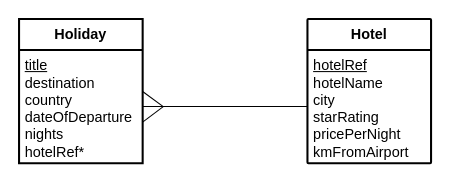
Above: page "Hotel" (21 of 22) of higher/ddd/H-DDD-Clydeview/assets/H DDD Clydeview.drawio in MrFriendCS/MrFriendCS.github.io (draw.io), before the change. Source tidied: cells renumbered, new cells numbered last; positions are measured from the earlier drawing's top-left corner, leaving out a move shared by most shapes. Both pictures are drawn from the tidied source at 103%, with x=0, y=0 at pixel (19, 19).
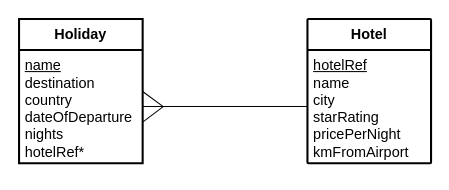
The same page after the edit.

Diff of the diagram source:
```diff
@@
 <mxGraphModel>
   <root>
     <mxCell id="0" />
     <mxCell id="1" parent="0" />
-    <mxCell id="2" value="&lt;b&gt;Holiday&lt;/b&gt;" style="swimlane;horizontal=1;startSize=30;rounded=1;fontSize=14;fontStyle=0;strokeWidth=2;shadow=0;dashed=0;align=center;arcSize=0;whiteSpace=wrap;html=1;" parent="1" vertex="1">
+    <mxCell id="2" value="&lt;b&gt;Holiday&lt;/b&gt;" style="swimlane;horizontal=1;startSize=30;rounded=1;fontSize=14;fontStyle=0;strokeWidth=2;shadow=0;dashed=0;align=center;arcSize=0;whiteSpace=wrap;html=1;fillColor=none;" parent="1" vertex="1">
       <mxGeometry width="120" height="140" as="geometry" />
     </mxCell>
-    <mxCell id="3" value="&lt;font style=&quot;font-size: 14px;&quot;&gt;&lt;u style=&quot;&quot;&gt;title&lt;/u&gt;&lt;br&gt;destination&lt;br&gt;country&lt;br&gt;dateOfDeparture&lt;br&gt;nights&lt;br&gt;hotelRef*&lt;/font&gt;" style="align=left;strokeColor=none;fillColor=none;spacingLeft=4;fontSize=12;verticalAlign=top;html=1;" parent="2" vertex="1">
+    <mxCell id="3" value="&lt;font style=&quot;font-size: 14px;&quot;&gt;&lt;u style=&quot;&quot;&gt;name&lt;/u&gt;&lt;br&gt;destination&lt;br&gt;country&lt;br&gt;dateOfDeparture&lt;br&gt;nights&lt;br&gt;hotelRef*&lt;/font&gt;" style="align=left;strokeColor=none;fillColor=none;spacingLeft=4;fontSize=12;verticalAlign=top;html=1;" parent="2" vertex="1">
       <mxGeometry y="30" width="120" height="110" as="geometry" />
     </mxCell>
     <mxCell id="4" style="edgeStyle=orthogonalEdgeStyle;rounded=0;orthogonalLoop=1;jettySize=auto;html=1;exitX=0.5;exitY=1;exitDx=0;exitDy=0;" parent="2" edge="1" source="3" target="3">
       <mxGeometry relative="1" as="geometry" />
     </mxCell>
-    <mxCell id="5" value="&lt;b&gt;Hotel&lt;/b&gt;" style="swimlane;horizontal=1;startSize=30;rounded=1;fontSize=14;fontStyle=0;strokeWidth=2;shadow=0;dashed=0;align=center;arcSize=1;whiteSpace=wrap;html=1;" parent="1" vertex="1">
+    <mxCell id="5" value="&lt;b&gt;Hotel&lt;/b&gt;" style="swimlane;horizontal=1;startSize=30;rounded=1;fontSize=14;fontStyle=0;strokeWidth=2;shadow=0;dashed=0;align=center;arcSize=1;whiteSpace=wrap;html=1;fillColor=none;" parent="1" vertex="1">
       <mxGeometry x="280" width="120" height="140" as="geometry" />
     </mxCell>
-    <mxCell id="6" value="&lt;span style=&quot;font-size: 14px;&quot;&gt;&lt;u&gt;hotelRef&lt;/u&gt;&lt;br&gt;hotelName&lt;br&gt;city&lt;br&gt;starRating&lt;br&gt;pricePerNight&lt;br&gt;kmFromAirport&lt;br&gt;&lt;/span&gt;" style="align=left;strokeColor=none;fillColor=none;spacingLeft=4;fontSize=12;verticalAlign=top;html=1;" parent="5" vertex="1">
+    <mxCell id="6" value="&lt;span style=&quot;font-size: 14px;&quot;&gt;&lt;u&gt;hotelRef&lt;/u&gt;&lt;br&gt;name&lt;br&gt;city&lt;br&gt;starRating&lt;br&gt;pricePerNight&lt;br&gt;kmFromAirport&lt;br&gt;&lt;/span&gt;" style="align=left;strokeColor=none;fillColor=none;spacingLeft=4;fontSize=12;verticalAlign=top;html=1;" parent="5" vertex="1">
       <mxGeometry y="30" width="120" height="110" as="geometry" />
     </mxCell>
     <mxCell id="7" style="rounded=0;jettySize=auto;html=1;exitX=1;exitY=0.5;exitDx=0;exitDy=0;entryX=0;entryY=0.5;entryDx=0;entryDy=0;endArrow=none;endFill=0;" parent="1" edge="1" source="3" target="6">
       <mxGeometry relative="1" as="geometry" />
     </mxCell>
     <mxCell id="8" style="endArrow=none;html=1;rounded=0;exitX=1;exitY=0.367;exitDx=0;exitDy=0;exitPerimeter=0;" parent="1" edge="1" source="3">
       <mxGeometry relative="1" as="geometry">
         <mxPoint x="140" y="85" as="targetPoint" />
       </mxGeometry>
     </mxCell>
     <mxCell id="9" style="endArrow=none;html=1;rounded=0;" parent="1" edge="1">
       <mxGeometry relative="1" as="geometry">
         <mxPoint x="120" y="100" as="sourcePoint" />
         <mxPoint x="140" y="85" as="targetPoint" />
       </mxGeometry>
     </mxCell>
   </root>
 </mxGraphModel>
```
